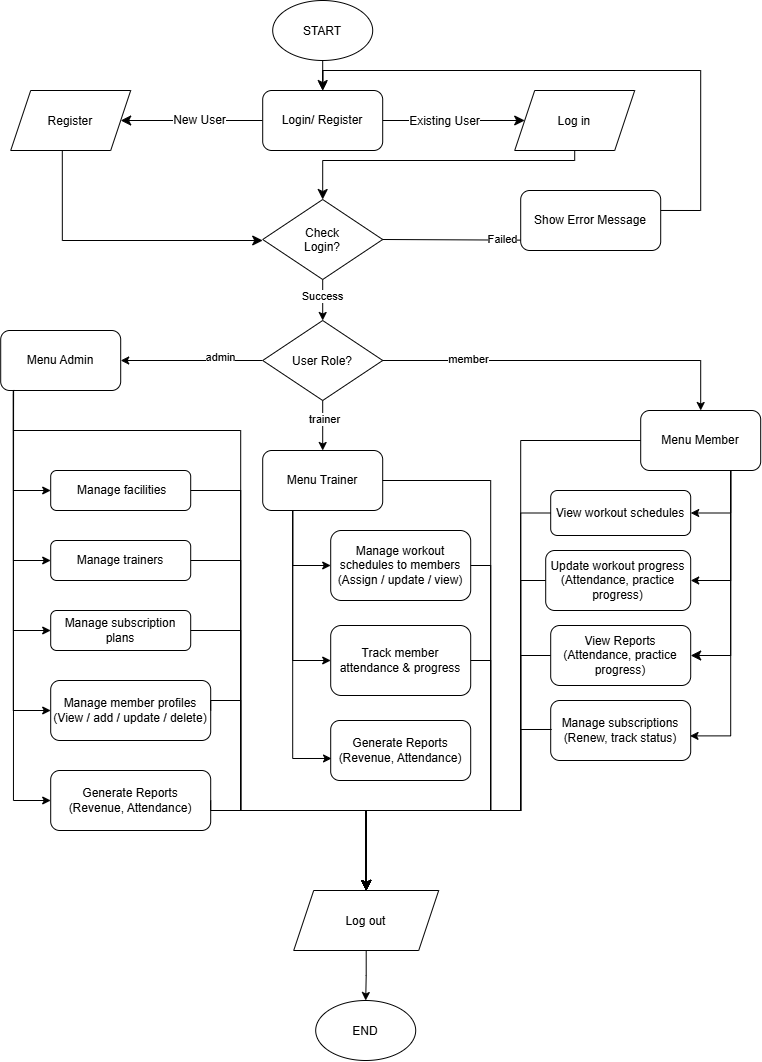
Above: FlowChart.drawio.png in XuanAnh1312/GMS_PROJECT_JAVA (draw.io), before the change. Source tidied: cells renumbered, new cells last; positions are measured from the earlier drawing's top-left corner, leaving out a move shared by most shapes.
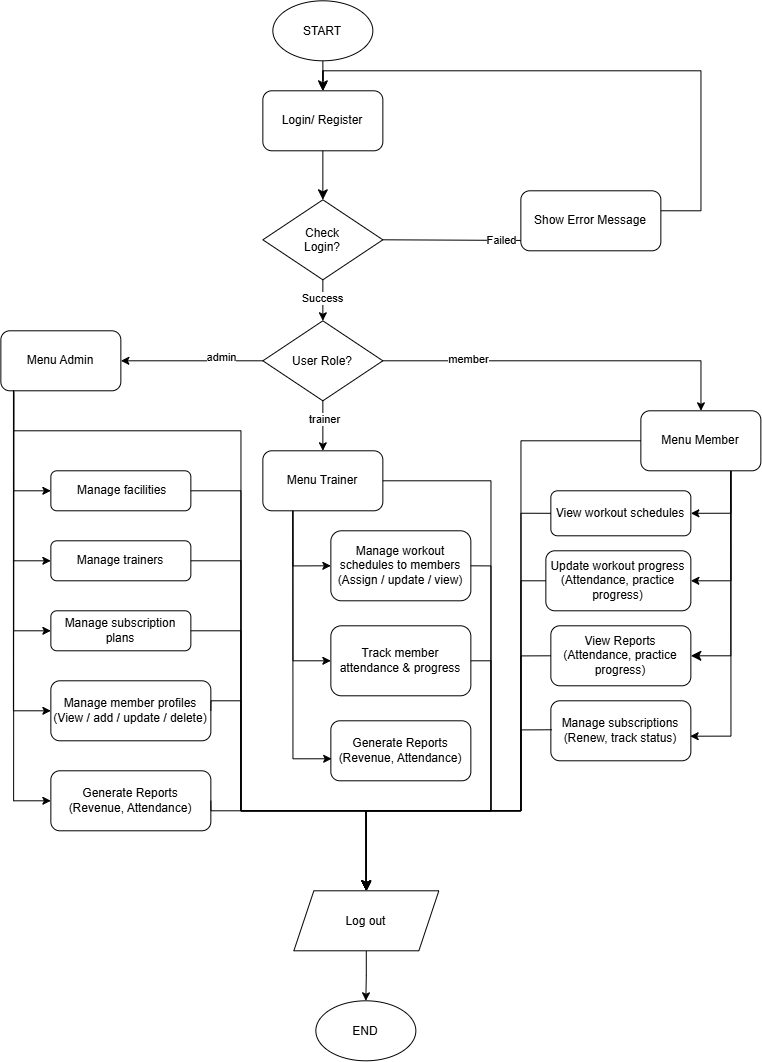
After the commit.

The edit, as a diff of the source:
```diff
@@ -209,43 +209,17 @@
         </Array>
       </mxGeometry>
     </mxCell>
-    <mxCell id="52" style="edgeStyle=none;curved=1;rounded=0;jettySize=auto;html=1;fontSize=12;startSize=8;endSize=8;" parent="1" edge="1" source="56" target="58">
-      <mxGeometry relative="1" as="geometry" />
-    </mxCell>
-    <mxCell id="53" value="New User" style="edgeLabel;html=1;align=center;verticalAlign=middle;fontSize=12;" parent="52" vertex="1">
-      <mxGeometry x="-0.11" y="-1" relative="1" as="geometry" />
-    </mxCell>
-    <mxCell id="54" style="edgeStyle=none;curved=1;rounded=0;jettySize=auto;html=1;fontSize=12;startSize=8;endSize=8;" parent="1" edge="1" source="56" target="60">
-      <mxGeometry relative="1" as="geometry" />
-    </mxCell>
-    <mxCell id="55" value="Existing User" style="edgeLabel;html=1;align=center;verticalAlign=middle;fontSize=12;" parent="54" vertex="1">
-      <mxGeometry x="-0.13" relative="1" as="geometry" />
-    </mxCell>
     <mxCell id="56" value="Login/ Register" style="rounded=1;whiteSpace=wrap;html=1;" parent="1" vertex="1">
       <mxGeometry x="262" y="90" width="120" height="60" as="geometry" />
     </mxCell>
-    <mxCell id="57" style="edgeStyle=orthogonalEdgeStyle;rounded=0;jettySize=auto;html=1;fontSize=12;startSize=8;endSize=8;exitX=0.43;exitY=1.006;exitDx=0;exitDy=0;exitPerimeter=0;entryX=0;entryY=0.5;entryDx=0;entryDy=0;" parent="1" edge="1" source="58" target="61">
-      <mxGeometry relative="1" as="geometry">
-        <Array as="points">
-          <mxPoint x="61.6" y="240" />
-        </Array>
-      </mxGeometry>
-    </mxCell>
-    <mxCell id="58" value="Register" style="shape=parallelogram;perimeter=parallelogramPerimeter;whiteSpace=wrap;html=1;shapeInside=1;fixedSize=1;" parent="1" vertex="1">
-      <mxGeometry x="10" y="90" width="120" height="60" as="geometry" />
-    </mxCell>
-    <mxCell id="59" style="edgeStyle=orthogonalEdgeStyle;rounded=0;jettySize=auto;html=1;fontSize=12;startSize=8;endSize=8;entryX=0.5;entryY=0;entryDx=0;entryDy=0;" parent="1" edge="1" target="61">
+    <mxCell id="59" style="edgeStyle=orthogonalEdgeStyle;rounded=0;jettySize=auto;html=1;fontSize=12;startSize=8;endSize=8;entryX=0.5;entryY=0;entryDx=0;entryDy=0;exitX=0.5;exitY=1;exitDx=0;exitDy=0;" parent="1" edge="1" source="56" target="61">
       <mxGeometry relative="1" as="geometry">
-        <mxPoint x="574" y="140" as="sourcePoint" />
         <Array as="points">
-          <mxPoint x="574" y="160" />
-          <mxPoint x="322" y="160" />
+          <mxPoint x="322" y="150" />
+          <mxPoint x="322" y="150" />
         </Array>
       </mxGeometry>
     </mxCell>
-    <mxCell id="60" value="Log in" style="shape=parallelogram;perimeter=parallelogramPerimeter;whiteSpace=wrap;html=1;shapeInside=1;fixedSize=1;" parent="1" vertex="1">
-      <mxGeometry x="514" y="90" width="120" height="60" as="geometry" />
-    </mxCell>
     <mxCell id="61" value="Check Login?" style="rhombus;whiteSpace=wrap;html=1;shapeInside=1;" parent="1" vertex="1">
       <mxGeometry x="262" y="199" width="120" height="80" as="geometry" />
     </mxCell>
```
